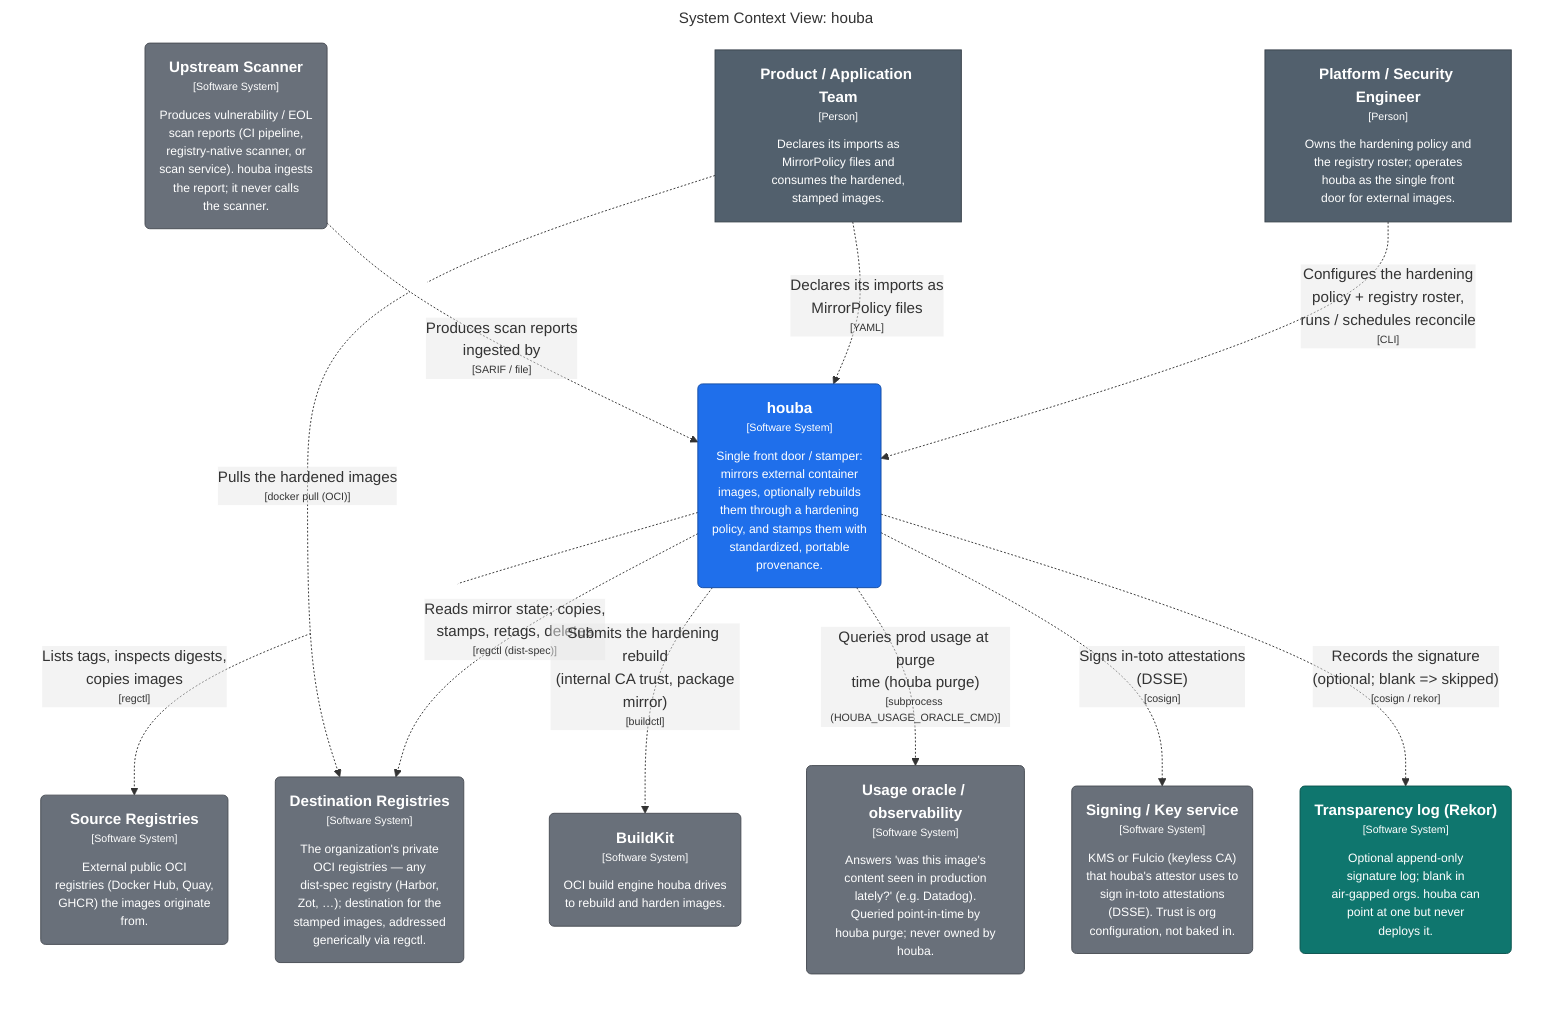
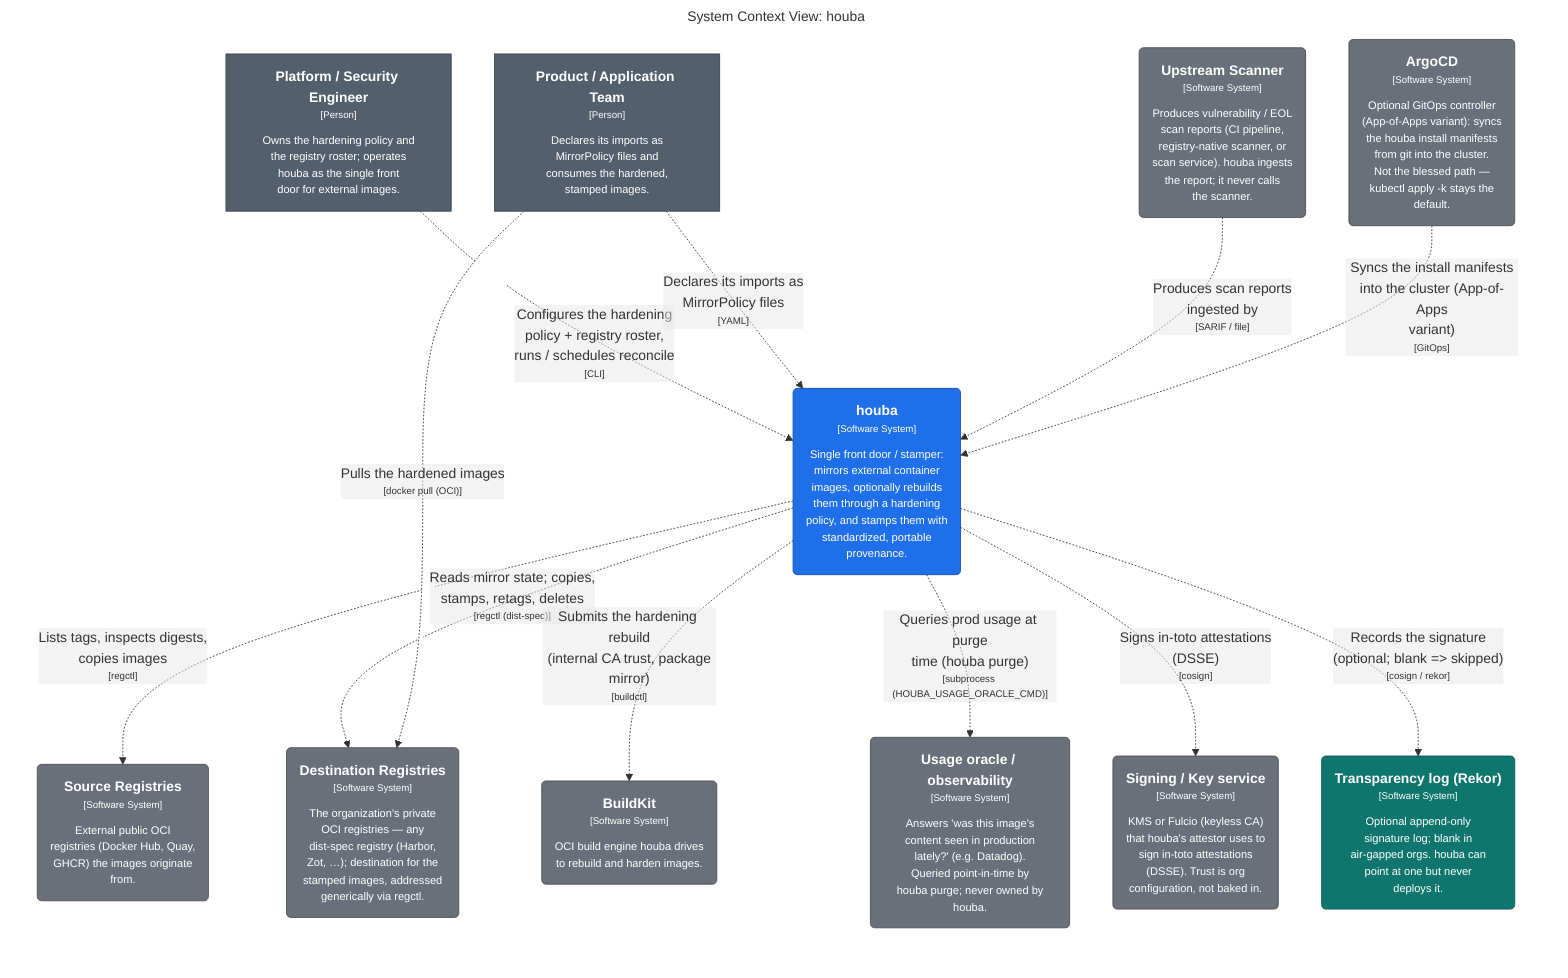
graph LR
  linkStyle default fill:#ffffff

  subgraph diagram ["System Context View: houba"]
    style diagram fill:#ffffff,stroke:#ffffff

    1["<div style='font-weight: bold'>Platform / Security Engineer</div><div style='font-size: 70%; margin-top: 0px'>[Person]</div><div style='font-size: 80%; margin-top:10px'>Owns the hardening policy and<br />the registry roster; operates<br />houba as the single front<br />door for external images.</div>"]
    style 1 fill:#52606d,stroke:#39434c,color:#ffffff
    2["<div style='font-weight: bold'>Product / Application Team</div><div style='font-size: 70%; margin-top: 0px'>[Person]</div><div style='font-size: 80%; margin-top:10px'>Declares its imports as<br />MirrorPolicy files and<br />consumes the hardened,<br />stamped images.</div>"]
    style 2 fill:#52606d,stroke:#39434c,color:#ffffff
    4("<div style='font-weight: bold'>houba</div><div style='font-size: 70%; margin-top: 0px'>[Software System]</div><div style='font-size: 80%; margin-top:10px'>Single front door / stamper:<br />mirrors external container<br />images, optionally rebuilds<br />them through a hardening<br />policy, and stamps them with<br />standardized, portable<br />provenance.</div>")
    style 4 fill:#1f6feb,stroke:#154da4,color:#ffffff
    44("<div style='font-weight: bold'>Source Registries</div><div style='font-size: 70%; margin-top: 0px'>[Software System]</div><div style='font-size: 80%; margin-top:10px'>External public OCI<br />registries (Docker Hub, Quay,<br />GHCR) the images originate<br />from.</div>")
    style 44 fill:#69707a,stroke:#494e55,color:#ffffff
    45("<div style='font-weight: bold'>Destination Registries</div><div style='font-size: 70%; margin-top: 0px'>[Software System]</div><div style='font-size: 80%; margin-top:10px'>The organization's private<br />OCI registries — any<br />dist-spec registry (Harbor,<br />Zot, …); destination for the<br />stamped images, addressed<br />generically via regctl.</div>")
    style 45 fill:#69707a,stroke:#494e55,color:#ffffff
    46("<div style='font-weight: bold'>BuildKit</div><div style='font-size: 70%; margin-top: 0px'>[Software System]</div><div style='font-size: 80%; margin-top:10px'>OCI build engine houba drives<br />to rebuild and harden images.</div>")
    style 46 fill:#69707a,stroke:#494e55,color:#ffffff
    50("<div style='font-weight: bold'>Usage oracle / observability</div><div style='font-size: 70%; margin-top: 0px'>[Software System]</div><div style='font-size: 80%; margin-top:10px'>Answers 'was this image's<br />content seen in production<br />lately?' (e.g. Datadog).<br />Queried point-in-time by<br />houba purge; never owned by<br />houba.</div>")
    style 50 fill:#69707a,stroke:#494e55,color:#ffffff
    51("<div style='font-weight: bold'>Signing / Key service</div><div style='font-size: 70%; margin-top: 0px'>[Software System]</div><div style='font-size: 80%; margin-top:10px'>KMS or Fulcio (keyless CA)<br />that houba's attestor uses to<br />sign in-toto attestations<br />(DSSE). Trust is org<br />configuration, not baked in.</div>")
    style 51 fill:#69707a,stroke:#494e55,color:#ffffff
    52("<div style='font-weight: bold'>Transparency log (Rekor)</div><div style='font-size: 70%; margin-top: 0px'>[Software System]</div><div style='font-size: 80%; margin-top:10px'>Optional append-only<br />signature log; blank in<br />air-gapped orgs. houba can<br />point at one but never<br />deploys it.</div>")
    style 52 fill:#0f766e,stroke:#0a524d,color:#ffffff
    53("<div style='font-weight: bold'>Upstream Scanner</div><div style='font-size: 70%; margin-top: 0px'>[Software System]</div><div style='font-size: 80%; margin-top:10px'>Produces vulnerability / EOL<br />scan reports (CI pipeline,<br />registry-native scanner, or<br />scan service). houba ingests<br />the report; it never calls<br />the scanner.</div>")
    style 53 fill:#69707a,stroke:#494e55,color:#ffffff
+     54("<div style='font-weight: bold'>ArgoCD</div><div style='font-size: 70%; margin-top: 0px'>[Software System]</div><div style='font-size: 80%; margin-top:10px'>Optional GitOps controller<br />(App-of-Apps variant): syncs<br />the houba install manifests<br />from git into the cluster.<br />Not the blessed path —<br />kubectl apply -k stays the<br />default.</div>")
+     style 54 fill:#69707a,stroke:#494e55,color:#ffffff

    1-. "<div>Configures the hardening<br />policy + registry roster,<br />runs / schedules reconcile</div><div style='font-size: 70%'>[CLI]</div>" .->4
    2-. "<div>Declares its imports as<br />MirrorPolicy files</div><div style='font-size: 70%'>[YAML]</div>" .->4
    4-. "<div>Lists tags, inspects digests,<br />copies images</div><div style='font-size: 70%'>[regctl]</div>" .->44
    4-. "<div>Reads mirror state; copies,<br />stamps, retags, deletes</div><div style='font-size: 70%'>[regctl (dist-spec)]</div>" .->45
    4-. "<div>Submits the hardening rebuild<br />(internal CA trust, package<br />mirror)</div><div style='font-size: 70%'>[buildctl]</div>" .->46
    2-. "<div>Pulls the hardened images</div><div style='font-size: 70%'>[docker pull (OCI)]</div>" .->45
    4-. "<div>Queries prod usage at purge<br />time (houba purge)</div><div style='font-size: 70%'>[subprocess (HOUBA_USAGE_ORACLE_CMD)]</div>" .->50
    4-. "<div>Signs in-toto attestations<br />(DSSE)</div><div style='font-size: 70%'>[cosign]</div>" .->51
    4-. "<div>Records the signature<br />(optional; blank => skipped)</div><div style='font-size: 70%'>[cosign / rekor]</div>" .->52
    53-. "<div>Produces scan reports<br />ingested by</div><div style='font-size: 70%'>[SARIF / file]</div>" .->4
+     54-. "<div>Syncs the install manifests<br />into the cluster (App-of-Apps<br />variant)</div><div style='font-size: 70%'>[GitOps]</div>" .->4

  end